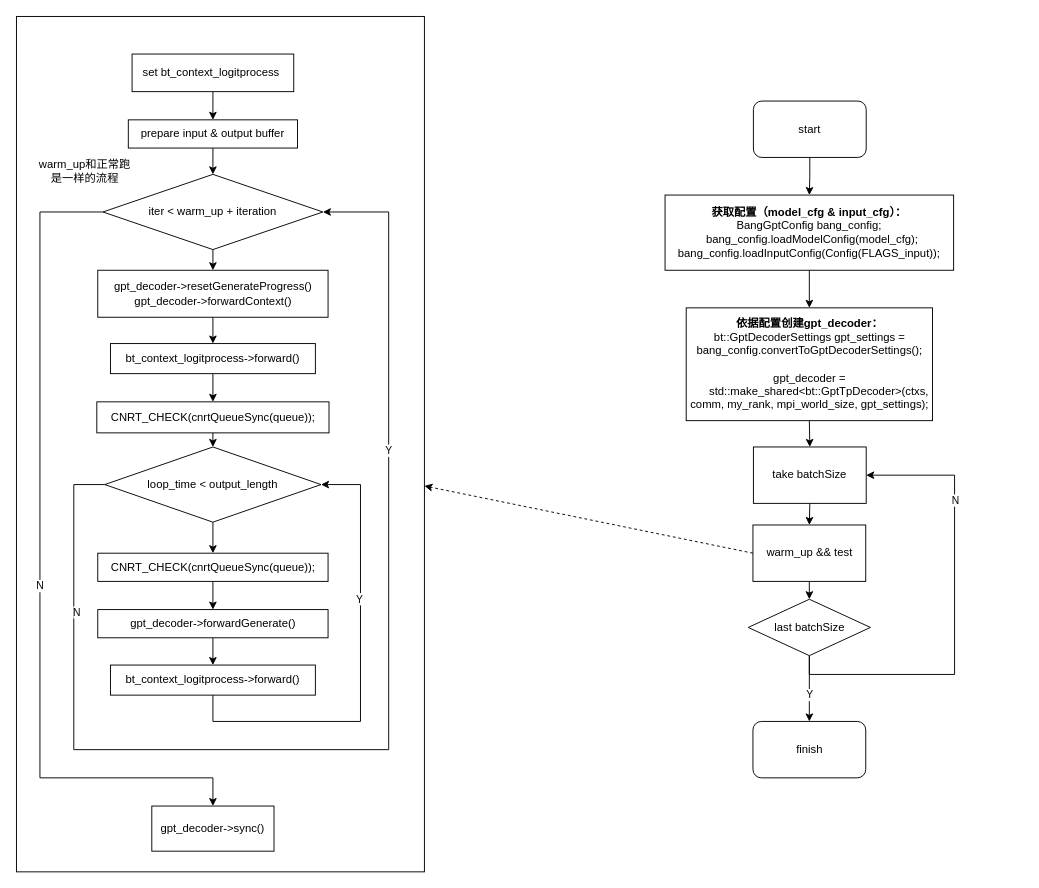
This is bt_after_optimize.drawio from ZackWan/-, a draw.io file, before an edit. Source tidied: cells renumbered, new cells numbered last; positions are measured from the earlier drawing's top-left corner, leaving out a move shared by most shapes. Both pictures are drawn from the tidied source at 94%, with x=0, y=0 at pixel (16, 16).
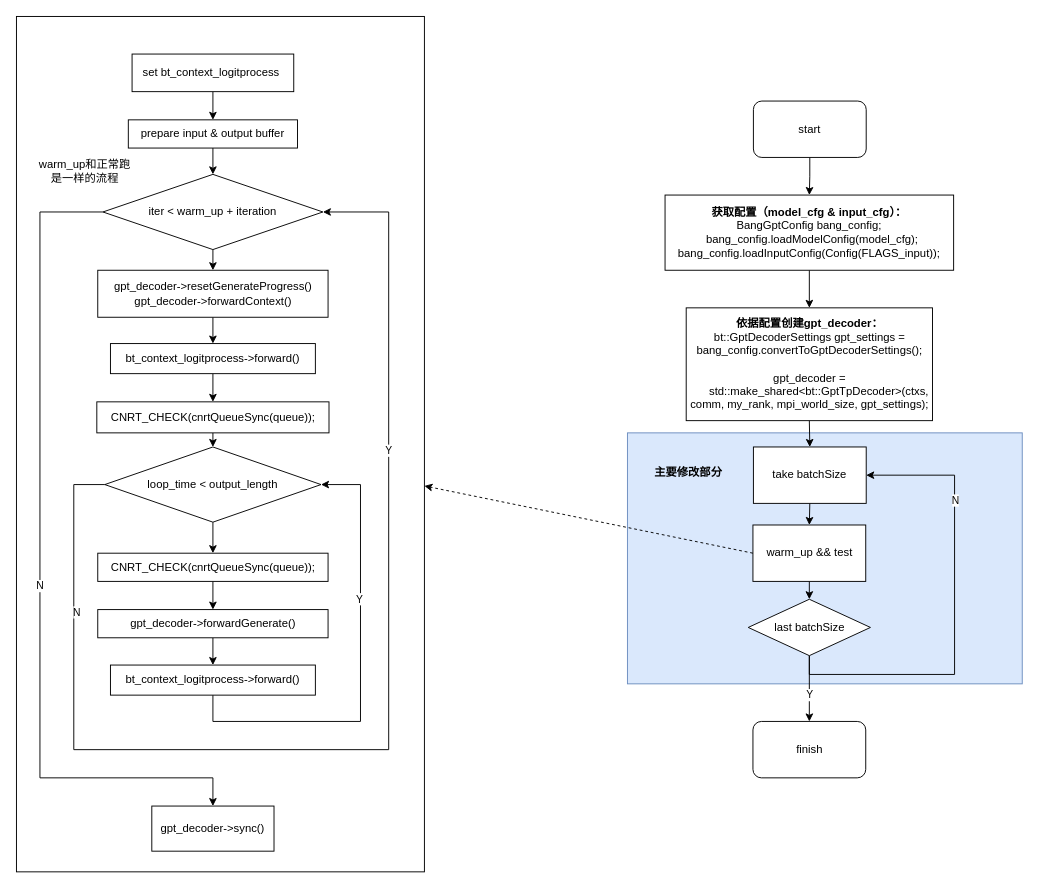
After the change.

Diff of the diagram source:
```diff
@@
+    <mxCell id="48" style="rounded=0;whiteSpace=wrap;html=1;fillColor=#dae8fc;strokeColor=#6c8ebf;" parent="1" vertex="1">
+      <mxGeometry x="650" y="443" width="420" height="267" as="geometry" />
+    </mxCell>
@@
+    <mxCell id="49" value="主要修改部分" style="text;html=1;strokeColor=none;fillColor=none;align=center;verticalAlign=middle;whiteSpace=wrap;rounded=0;fontStyle=1;" parent="1" vertex="1">
+      <mxGeometry x="670" y="470" width="90" height="30" as="geometry" />
+    </mxCell>
```
